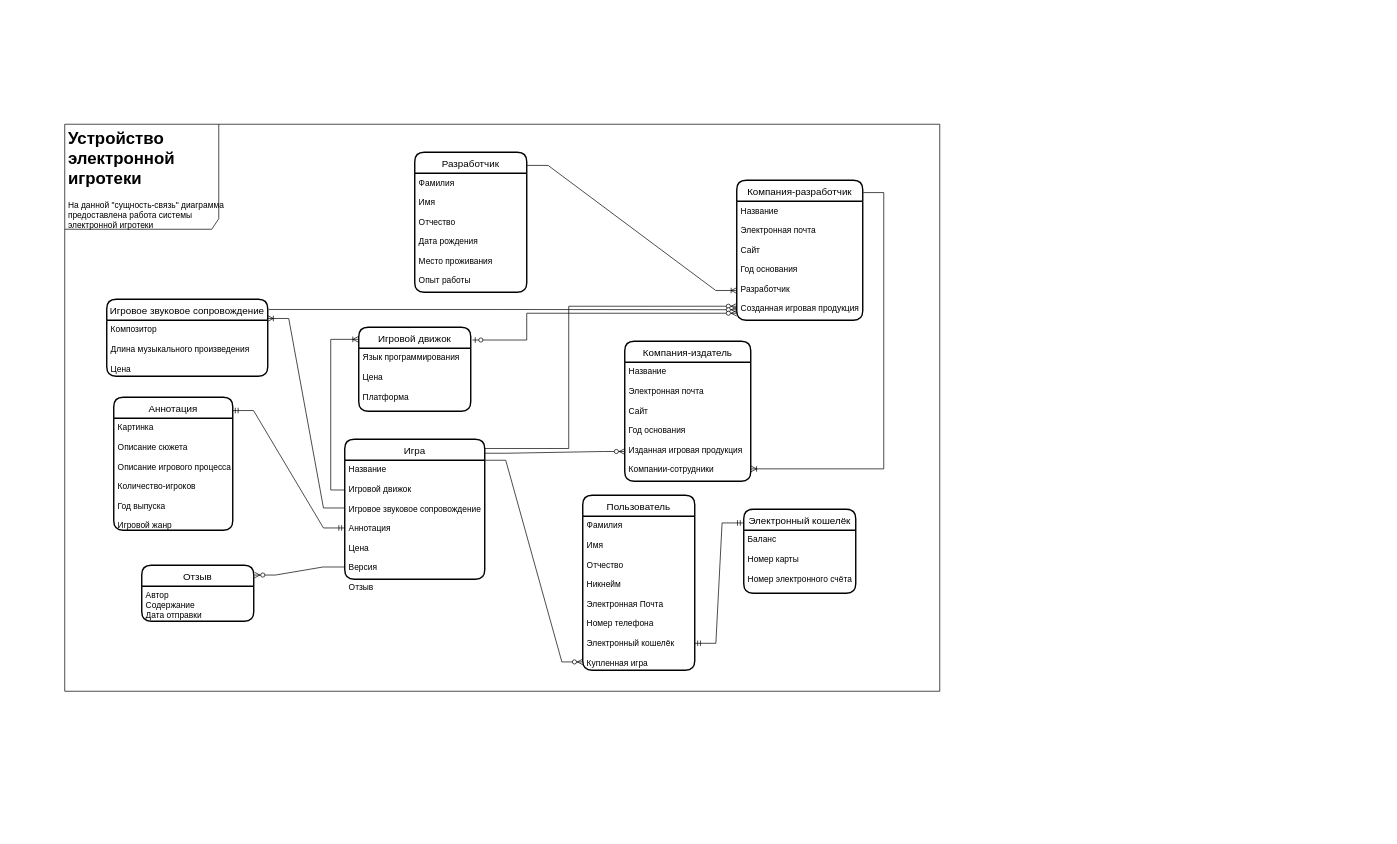
Dorialean/Diagrams keeps this draw.io diagram as KursovayaDiarama.drawio. Above is the earlier version. Source tidied: cells renumbered, new cells numbered last; positions are measured from the earlier drawing's top-left corner, leaving out a move shared by most shapes. Both pictures are drawn from the tidied source at 70%, with x=0, y=0 at pixel (64, 124).
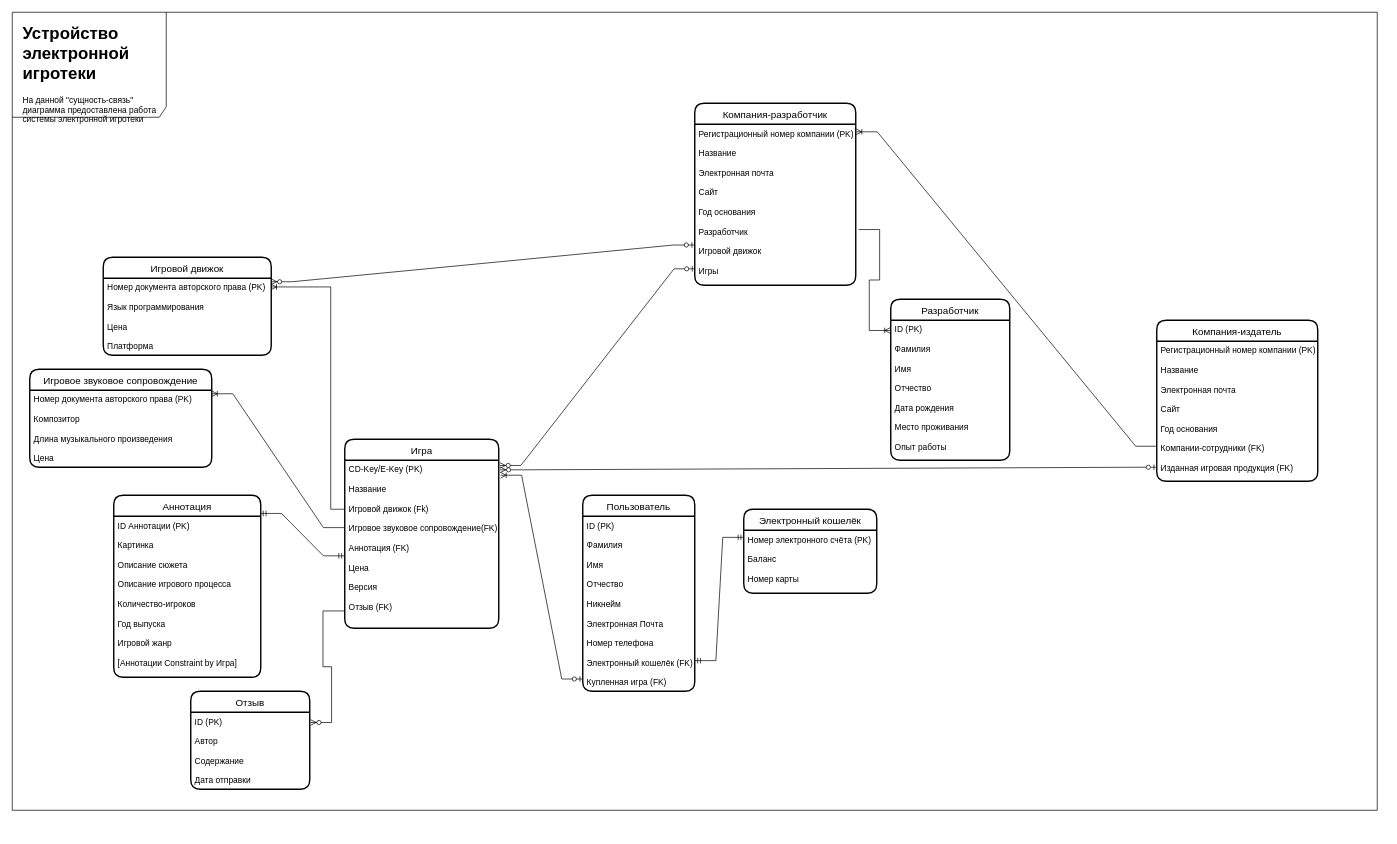
Above is the later version.

Change to the diagram source:
```diff
@@
     <mxCell id="2" value="Игра" style="swimlane;horizontal=1;startSize=30;rounded=1;fontSize=14;fontStyle=0;strokeWidth=2;shadow=0;dashed=0;align=center;" parent="1" vertex="1">
-      <mxGeometry x="400" y="450" width="200" height="200" as="geometry" />
+      <mxGeometry x="400" y="450" width="220" height="270" as="geometry" />
     </mxCell>
-    <mxCell id="3" value="Название&#10;&#10;Игровой движок&#10;&#10;Игровое звуковое сопровождение&#10;&#10;Аннотация&#10;&#10;Цена&#10;&#10;Версия&#10;&#10;Отзыв" style="align=left;strokeColor=none;fillColor=none;spacingLeft=4;fontSize=12;verticalAlign=top;" parent="2" vertex="1">
-      <mxGeometry y="30" width="200" height="170" as="geometry" />
+    <mxCell id="3" value="CD-Key/E-Key (PK)&#10;&#10;Название&#10;&#10;Игровой движок (Fk)&#10;&#10;Игровое звуковое сопровождение(FK)&#10;&#10;Аннотация (FK)&#10;&#10;Цена&#10;&#10;Версия&#10;&#10;Отзыв (FK)" style="align=left;strokeColor=none;fillColor=none;spacingLeft=4;fontSize=12;verticalAlign=top;" parent="2" vertex="1">
+      <mxGeometry y="30" width="220" height="240" as="geometry" />
     </mxCell>
     <mxCell id="4" value="Пользователь" style="swimlane;horizontal=1;startSize=30;rounded=1;fontSize=14;fontStyle=0;strokeWidth=2;shadow=0;dashed=0;align=center;" parent="1" vertex="1">
-      <mxGeometry x="740" y="530" width="160" height="250" as="geometry" />
+      <mxGeometry x="740" y="530" width="160" height="280" as="geometry" />
     </mxCell>
-    <mxCell id="5" value="Фамилия&#10;&#10;Имя&#10;&#10;Отчество&#10;&#10;Никнейм&#10;&#10;Электронная Почта&#10;&#10;Номер телефона&#10;&#10;Электронный кошелёк&#10;&#10;Купленная игра&#10;" style="align=left;strokeColor=none;fillColor=none;spacingLeft=4;fontSize=12;verticalAlign=top;" parent="4" vertex="1">
-      <mxGeometry y="30" width="160" height="220" as="geometry" />
+    <mxCell id="5" value="ID (PK)&#10;&#10;Фамилия&#10;&#10;Имя&#10;&#10;Отчество&#10;&#10;Никнейм&#10;&#10;Электронная Почта&#10;&#10;Номер телефона&#10;&#10;Электронный кошелёк (FK)&#10;&#10;Купленная игра (FK)&#10;" style="align=left;strokeColor=none;fillColor=none;spacingLeft=4;fontSize=12;verticalAlign=top;" parent="4" vertex="1">
+      <mxGeometry y="30" width="160" height="250" as="geometry" />
     </mxCell>
     <mxCell id="6" value="Компания-издатель" style="swimlane;horizontal=1;startSize=30;rounded=1;fontSize=14;fontStyle=0;strokeWidth=2;shadow=0;dashed=0;align=center;" parent="1" vertex="1">
-      <mxGeometry x="800" y="310" width="180" height="200" as="geometry" />
+      <mxGeometry x="1560" y="280" width="230" height="230" as="geometry" />
     </mxCell>
-    <mxCell id="7" value="Название&#10;&#10;Электронная почта&#10;&#10;Сайт&#10;&#10;Год основания&#10;&#10;Изданная игровая продукция&#10;&#10;Компании-сотрудники" style="align=left;strokeColor=none;fillColor=none;spacingLeft=4;fontSize=12;verticalAlign=top;" parent="6" vertex="1">
-      <mxGeometry y="30" width="180" height="170" as="geometry" />
+    <mxCell id="7" value="Регистрационный номер компании (PK)&#10;&#10;Название&#10;&#10;Электронная почта&#10;&#10;Сайт&#10;&#10;Год основания&#10;&#10;Компании-сотрудники (FK)&#10;&#10;Изданная игровая продукция (FK)&#10;&#10;" style="align=left;strokeColor=none;fillColor=none;spacingLeft=4;fontSize=12;verticalAlign=top;" parent="6" vertex="1">
+      <mxGeometry y="30" width="230" height="200" as="geometry" />
     </mxCell>
-    <mxCell id="8" style="edgeStyle=entityRelationEdgeStyle;fontSize=12;html=1;endArrow=ERzeroToMany;endFill=1;rounded=0;exitX=1;exitY=0;exitDx=0;exitDy=0;exitPerimeter=0;entryX=0.001;entryY=0.946;entryDx=0;entryDy=0;entryPerimeter=0;" parent="1" edge="1" source="3" target="5">
-      <mxGeometry relative="1" as="geometry" />
-    </mxCell>
-    <mxCell id="9" style="edgeStyle=entityRelationEdgeStyle;fontSize=12;html=1;endArrow=ERzeroToMany;endFill=1;rounded=0;entryX=0;entryY=0.75;entryDx=0;entryDy=0;" parent="1" edge="1" target="7">
-      <mxGeometry relative="1" as="geometry">
-        <mxPoint x="600" y="470" as="sourcePoint" />
-      </mxGeometry>
-    </mxCell>
     <mxCell id="10" value="Отзыв" style="swimlane;horizontal=1;startSize=30;rounded=1;fontSize=14;fontStyle=0;strokeWidth=2;shadow=0;dashed=0;align=center;" parent="1" vertex="1">
-      <mxGeometry x="110" y="630" width="160" height="80" as="geometry" />
+      <mxGeometry x="180" y="810" width="170" height="140" as="geometry" />
     </mxCell>
-    <mxCell id="11" value="Автор&#10;Содержание&#10;Дата отправки" style="align=left;strokeColor=none;fillColor=none;spacingLeft=4;fontSize=12;verticalAlign=top;" parent="10" vertex="1">
-      <mxGeometry y="30" width="160" height="50" as="geometry" />
+    <mxCell id="11" value="ID (PK)&#10;&#10;Автор&#10;&#10;Содержание&#10;&#10;Дата отправки&#10;" style="align=left;strokeColor=none;fillColor=none;spacingLeft=4;fontSize=12;verticalAlign=top;" parent="10" vertex="1">
+      <mxGeometry y="30" width="170" height="110" as="geometry" />
     </mxCell>
-    <mxCell id="12" style="edgeStyle=entityRelationEdgeStyle;fontSize=12;html=1;endArrow=ERzeroToMany;endFill=1;rounded=0;entryX=1.006;entryY=0.175;entryDx=0;entryDy=0;entryPerimeter=0;exitX=-0.005;exitY=0.897;exitDx=0;exitDy=0;exitPerimeter=0;" parent="1" edge="1" source="3" target="10">
+    <mxCell id="12" style="edgeStyle=entityRelationEdgeStyle;fontSize=12;html=1;endArrow=ERzeroToMany;endFill=1;rounded=0;entryX=1.007;entryY=0.133;entryDx=0;entryDy=0;entryPerimeter=0;exitX=-0.005;exitY=0.897;exitDx=0;exitDy=0;exitPerimeter=0;" parent="1" edge="1" source="3" target="11">
       <mxGeometry relative="1" as="geometry" />
     </mxCell>
     <mxCell id="13" value="Компания-разработчик" style="swimlane;horizontal=1;startSize=30;rounded=1;fontSize=14;fontStyle=0;strokeWidth=2;shadow=0;dashed=0;align=center;" parent="1" vertex="1">
-      <mxGeometry x="960" y="80" width="180" height="200" as="geometry" />
+      <mxGeometry x="900" y="-30" width="230" height="260" as="geometry" />
     </mxCell>
-    <mxCell id="14" value="Название&#10;&#10;Электронная почта&#10;&#10;Сайт&#10;&#10;Год основания&#10;&#10;Разработчик&#10;&#10;Созданная игровая продукция&#10;" style="align=left;strokeColor=none;fillColor=none;spacingLeft=4;fontSize=12;verticalAlign=top;" parent="13" vertex="1">
-      <mxGeometry y="30" width="180" height="170" as="geometry" />
+    <mxCell id="14" value="Регистрационный номер компании (PK)&#10;&#10;Название&#10;&#10;Электронная почта&#10;&#10;Сайт&#10;&#10;Год основания&#10;&#10;Разработчик&#10;&#10;Игровой движок&#10;&#10;Игры&#10;" style="align=left;strokeColor=none;fillColor=none;spacingLeft=4;fontSize=12;verticalAlign=top;" parent="13" vertex="1">
+      <mxGeometry y="30" width="230" height="230" as="geometry" />
     </mxCell>
-    <mxCell id="15" style="edgeStyle=elbowEdgeStyle;fontSize=12;html=1;endArrow=ERoneToMany;rounded=0;entryX=1.002;entryY=0.896;entryDx=0;entryDy=0;entryPerimeter=0;exitX=1.005;exitY=0.088;exitDx=0;exitDy=0;exitPerimeter=0;" parent="1" edge="1" source="13" target="7">
-      <mxGeometry relative="1" as="geometry">
-        <Array as="points">
-          <mxPoint x="1170" y="290" />
-        </Array>
-      </mxGeometry>
-    </mxCell>
-    <mxCell id="16" style="edgeStyle=elbowEdgeStyle;fontSize=12;html=1;endArrow=ERzeroToMany;endFill=1;rounded=0;exitX=0.999;exitY=0.066;exitDx=0;exitDy=0;exitPerimeter=0;" parent="1" edge="1" source="2">
-      <mxGeometry relative="1" as="geometry">
-        <mxPoint x="960" y="260" as="targetPoint" />
-        <Array as="points">
-          <mxPoint x="720" y="360" />
-        </Array>
-      </mxGeometry>
-    </mxCell>
     <mxCell id="17" value="Электронный кошелёк" style="swimlane;horizontal=1;startSize=30;rounded=1;fontSize=14;fontStyle=0;strokeWidth=2;shadow=0;dashed=0;align=center;" parent="1" vertex="1">
-      <mxGeometry x="970" y="550" width="160" height="120" as="geometry" />
+      <mxGeometry x="970" y="550" width="190" height="120" as="geometry" />
     </mxCell>
-    <mxCell id="18" value="Баланс&#10;&#10;Номер карты&#10;&#10;Номер электронного счёта&#10;" style="align=left;strokeColor=none;fillColor=none;spacingLeft=4;fontSize=12;verticalAlign=top;" parent="17" vertex="1">
-      <mxGeometry y="30" width="160" height="90" as="geometry" />
+    <mxCell id="18" value="Номер электронного счёта (PK)&#10;&#10;Баланс&#10;&#10;Номер карты" style="align=left;strokeColor=none;fillColor=none;spacingLeft=4;fontSize=12;verticalAlign=top;" parent="17" vertex="1">
+      <mxGeometry y="30" width="190" height="90" as="geometry" />
     </mxCell>
-    <mxCell id="19" style="edgeStyle=entityRelationEdgeStyle;fontSize=12;html=1;endArrow=ERmandOne;startArrow=ERmandOne;rounded=0;entryX=1.001;entryY=0.825;entryDx=0;entryDy=0;exitX=-0.006;exitY=0.163;exitDx=0;exitDy=0;exitPerimeter=0;entryPerimeter=0;" parent="1" edge="1" source="17" target="5">
+    <mxCell id="19" style="edgeStyle=entityRelationEdgeStyle;fontSize=12;html=1;endArrow=ERmandOne;startArrow=ERmandOne;rounded=0;entryX=1.001;entryY=0.825;entryDx=0;entryDy=0;entryPerimeter=0;exitX=0;exitY=0.113;exitDx=0;exitDy=0;exitPerimeter=0;" parent="1" edge="1" source="18" target="5">
       <mxGeometry relative="1" as="geometry" />
     </mxCell>
     <mxCell id="20" value="Разработчик" style="swimlane;horizontal=1;startSize=30;rounded=1;fontSize=14;fontStyle=0;strokeWidth=2;shadow=0;dashed=0;align=center;" parent="1" vertex="1">
-      <mxGeometry x="500" y="40" width="160" height="200" as="geometry" />
+      <mxGeometry x="1180" y="250" width="170" height="230" as="geometry" />
     </mxCell>
-    <mxCell id="21" value="Фамилия&#10;&#10;Имя&#10;&#10;Отчество&#10;&#10;Дата рождения&#10;&#10;Место проживания&#10;&#10;Опыт работы" style="align=left;strokeColor=none;fillColor=none;spacingLeft=4;fontSize=12;verticalAlign=top;" parent="20" vertex="1">
-      <mxGeometry y="30" width="160" height="170" as="geometry" />
+    <mxCell id="21" value="ID (PK)&#10;&#10;Фамилия&#10;&#10;Имя&#10;&#10;Отчество&#10;&#10;Дата рождения&#10;&#10;Место проживания&#10;&#10;Опыт работы" style="align=left;strokeColor=none;fillColor=none;spacingLeft=4;fontSize=12;verticalAlign=top;" parent="20" vertex="1">
+      <mxGeometry y="30" width="170" height="200" as="geometry" />
     </mxCell>
-    <mxCell id="22" style="edgeStyle=entityRelationEdgeStyle;fontSize=12;html=1;endArrow=ERoneToMany;rounded=0;entryX=0;entryY=0.75;entryDx=0;entryDy=0;exitX=1.003;exitY=0.094;exitDx=0;exitDy=0;exitPerimeter=0;" parent="1" edge="1" source="20" target="14">
-      <mxGeometry relative="1" as="geometry" />
-    </mxCell>
     <mxCell id="23" value="Аннотация" style="swimlane;horizontal=1;startSize=30;rounded=1;fontSize=14;fontStyle=0;strokeWidth=2;shadow=0;dashed=0;align=center;" parent="1" vertex="1">
-      <mxGeometry x="70" y="390" width="170" height="190" as="geometry" />
+      <mxGeometry x="70" y="530" width="210" height="260" as="geometry" />
     </mxCell>
-    <mxCell id="24" value="Картинка&#10;&#10;Описание сюжета&#10;&#10;Описание игрового процесса&#10;&#10;Количество-игроков&#10;&#10;Год выпуска&#10;&#10;Игровой жанр" style="align=left;strokeColor=none;fillColor=none;spacingLeft=4;fontSize=12;verticalAlign=top;" parent="23" vertex="1">
-      <mxGeometry y="30" width="170" height="160" as="geometry" />
+    <mxCell id="24" value="ID Аннотации (PK)&#10;&#10;Картинка&#10;&#10;Описание сюжета&#10;&#10;Описание игрового процесса&#10;&#10;Количество-игроков&#10;&#10;Год выпуска&#10;&#10;Игровой жанр&#10;&#10;[Аннотации Constraint by Игра]" style="align=left;strokeColor=none;fillColor=none;spacingLeft=4;fontSize=12;verticalAlign=top;" parent="23" vertex="1">
+      <mxGeometry y="30" width="210" height="230" as="geometry" />
     </mxCell>
@@
     <mxCell id="26" value="Игровое звуковое сопровождение" style="swimlane;horizontal=1;startSize=30;rounded=1;fontSize=14;fontStyle=0;strokeWidth=2;shadow=0;dashed=0;align=center;" parent="1" vertex="1">
-      <mxGeometry x="60" y="250" width="230" height="110" as="geometry" />
+      <mxGeometry x="-50" y="350" width="260" height="140" as="geometry" />
     </mxCell>
-    <mxCell id="27" value="Композитор&#10;&#10;Длина музыкального произведения&#10;&#10;Цена" style="align=left;strokeColor=none;fillColor=none;spacingLeft=4;fontSize=12;verticalAlign=top;" parent="26" vertex="1">
-      <mxGeometry y="30" width="230" height="80" as="geometry" />
+    <mxCell id="27" value="Номер документа авторского права (PK)&#10;&#10;Композитор&#10;&#10;Длина музыкального произведения&#10;&#10;Цена" style="align=left;strokeColor=none;fillColor=none;spacingLeft=4;fontSize=12;verticalAlign=top;" parent="26" vertex="1">
+      <mxGeometry y="30" width="260" height="110" as="geometry" />
     </mxCell>
-    <mxCell id="28" style="group;" parent="1" vertex="1">
-      <mxGeometry width="1250" height="810" as="geometry" />
-    </mxCell>
-    <mxCell id="29" style="group;" parent="28" vertex="1">
-      <mxGeometry width="1250" height="810" as="geometry" />
-    </mxCell>
-    <mxCell id="30" style="shape=umlFrame;whiteSpace=wrap;html=1;width=220;height=150;" parent="29" vertex="1">
-      <mxGeometry width="1250" height="810" as="geometry" />
-    </mxCell>
-    <mxCell id="31" value="&lt;h1&gt;Устройство электронной игротеки&lt;/h1&gt;&lt;p&gt;На данной &quot;сущность-связь&quot; диаграмма предоставлена работа системы электронной игротеки&lt;/p&gt;" style="text;html=1;strokeColor=none;fillColor=none;spacing=5;spacingTop=-20;whiteSpace=wrap;overflow=hidden;rounded=0;" parent="29" vertex="1">
-      <mxGeometry width="241.6" height="172.1" as="geometry" />
-    </mxCell>
-    <mxCell id="32" style="edgeStyle=elbowEdgeStyle;fontSize=12;html=1;endArrow=ERzeroToMany;endFill=1;rounded=0;exitX=1.006;exitY=0.133;exitDx=0;exitDy=0;exitPerimeter=0;" parent="1" edge="1" source="26">
-      <mxGeometry relative="1" as="geometry">
-        <mxPoint x="960" y="265" as="targetPoint" />
-      </mxGeometry>
-    </mxCell>
@@
     <mxCell id="34" value="Игровой движок" style="swimlane;horizontal=1;startSize=30;rounded=1;fontSize=14;fontStyle=0;strokeWidth=2;shadow=0;dashed=0;align=center;" parent="1" vertex="1">
-      <mxGeometry x="420" y="290" width="160" height="120" as="geometry" />
+      <mxGeometry x="55" y="190" width="240" height="140" as="geometry" />
     </mxCell>
-    <mxCell id="35" value="Язык программирования&#10;&#10;Цена&#10;&#10;Платформа" style="align=left;strokeColor=none;fillColor=none;spacingLeft=4;fontSize=12;verticalAlign=top;" parent="34" vertex="1">
-      <mxGeometry y="30" width="160" height="90" as="geometry" />
+    <mxCell id="35" value="Номер документа авторского права (PK)&#10;&#10;Язык программирования&#10;&#10;Цена&#10;&#10;Платформа" style="align=left;strokeColor=none;fillColor=none;spacingLeft=4;fontSize=12;verticalAlign=top;" parent="34" vertex="1">
+      <mxGeometry y="30" width="240" height="110" as="geometry" />
     </mxCell>
-    <mxCell id="36" style="edgeStyle=elbowEdgeStyle;fontSize=12;html=1;endArrow=ERoneToMany;rounded=0;exitX=0;exitY=0.25;exitDx=0;exitDy=0;entryX=-0.003;entryY=0.144;entryDx=0;entryDy=0;entryPerimeter=0;" parent="1" edge="1" source="3" target="34">
+    <mxCell id="36" style="edgeStyle=elbowEdgeStyle;fontSize=12;html=1;endArrow=ERoneToMany;rounded=0;entryX=0.998;entryY=0.113;entryDx=0;entryDy=0;entryPerimeter=0;" parent="1" edge="1" target="35">
       <mxGeometry relative="1" as="geometry">
+        <mxPoint x="400" y="550" as="sourcePoint" />
         <Array as="points">
           <mxPoint x="380" y="410" />
         </Array>
       </mxGeometry>
     </mxCell>
-    <mxCell id="37" style="edgeStyle=elbowEdgeStyle;fontSize=12;html=1;endArrow=ERzeroToMany;startArrow=ERzeroToOne;rounded=0;exitX=1.015;exitY=0.152;exitDx=0;exitDy=0;exitPerimeter=0;" parent="1" edge="1" source="34">
-      <mxGeometry relative="1" as="geometry">
-        <mxPoint x="960" y="270" as="targetPoint" />
-        <Array as="points">
-          <mxPoint x="660" y="300" />
-        </Array>
-      </mxGeometry>
-    </mxCell>
+    <mxCell id="38" style="edgeStyle=entityRelationEdgeStyle;fontSize=12;html=1;endArrow=ERoneToMany;startArrow=ERzeroToOne;rounded=0;exitX=0;exitY=0.93;exitDx=0;exitDy=0;exitPerimeter=0;entryX=1.012;entryY=0.089;entryDx=0;entryDy=0;entryPerimeter=0;" parent="1" edge="1" source="5" target="3">
+      <mxGeometry relative="1" as="geometry" />
+    </mxCell>
+    <mxCell id="39" style="edgeStyle=entityRelationEdgeStyle;fontSize=12;html=1;endArrow=ERzeroToMany;startArrow=ERzeroToOne;rounded=0;exitX=0;exitY=0.75;exitDx=0;exitDy=0;entryX=1;entryY=0.25;entryDx=0;entryDy=0;" parent="1" edge="1" source="14" target="34">
+      <mxGeometry relative="1" as="geometry" />
+    </mxCell>
+    <mxCell id="40" style="edgeStyle=entityRelationEdgeStyle;fontSize=12;html=1;endArrow=ERzeroToMany;startArrow=ERzeroToOne;rounded=0;exitX=0.002;exitY=0.898;exitDx=0;exitDy=0;exitPerimeter=0;entryX=1.007;entryY=0.031;entryDx=0;entryDy=0;entryPerimeter=0;" parent="1" edge="1" source="14" target="3">
+      <mxGeometry relative="1" as="geometry" />
+    </mxCell>
+    <mxCell id="41" style="edgeStyle=entityRelationEdgeStyle;fontSize=12;html=1;endArrow=ERzeroToMany;startArrow=ERzeroToOne;rounded=0;exitX=0;exitY=0.9;exitDx=0;exitDy=0;exitPerimeter=0;entryX=1.009;entryY=0.057;entryDx=0;entryDy=0;entryPerimeter=0;" parent="1" edge="1" source="7" target="3">
+      <mxGeometry relative="1" as="geometry" />
+    </mxCell>
+    <mxCell id="42" style="edgeStyle=entityRelationEdgeStyle;fontSize=12;html=1;endArrow=ERoneToMany;rounded=0;exitX=0;exitY=0.75;exitDx=0;exitDy=0;entryX=1.003;entryY=0.047;entryDx=0;entryDy=0;entryPerimeter=0;" parent="1" edge="1" source="7" target="14">
+      <mxGeometry relative="1" as="geometry" />
+    </mxCell>
+    <mxCell id="43" style="edgeStyle=entityRelationEdgeStyle;fontSize=12;html=1;endArrow=ERoneToMany;rounded=0;exitX=1.018;exitY=0.654;exitDx=0;exitDy=0;exitPerimeter=0;entryX=-0.004;entryY=0.073;entryDx=0;entryDy=0;entryPerimeter=0;" parent="1" edge="1" source="14" target="21">
+      <mxGeometry relative="1" as="geometry" />
+    </mxCell>
+    <mxCell id="44" style="group;" parent="1" vertex="1">
+      <mxGeometry x="-75" y="-160" width="1960" height="1170" as="geometry" />
+    </mxCell>
+    <mxCell id="30" style="shape=umlFrame;whiteSpace=wrap;html=1;width=220;height=150;" parent="44" vertex="1">
+      <mxGeometry width="1950" height="1140" as="geometry" />
+    </mxCell>
+    <mxCell id="28" style="group;" parent="44" vertex="1">
+      <mxGeometry x="10" y="10" width="1950" height="1160" as="geometry" />
+    </mxCell>
+    <mxCell id="29" style="group;" parent="28" vertex="1">
+      <mxGeometry width="1950" height="1160" as="geometry" />
+    </mxCell>
+    <mxCell id="31" value="&lt;h1&gt;Устройство электронной игротеки&lt;/h1&gt;&lt;p&gt;На данной &quot;сущность-связь&quot; диаграмма предоставлена работа системы электронной игротеки&lt;/p&gt;" style="text;html=1;strokeColor=none;fillColor=none;spacing=5;spacingTop=-20;whiteSpace=wrap;overflow=hidden;rounded=0;" parent="29" vertex="1">
+      <mxGeometry width="230" height="160" as="geometry" />
+    </mxCell>
```
